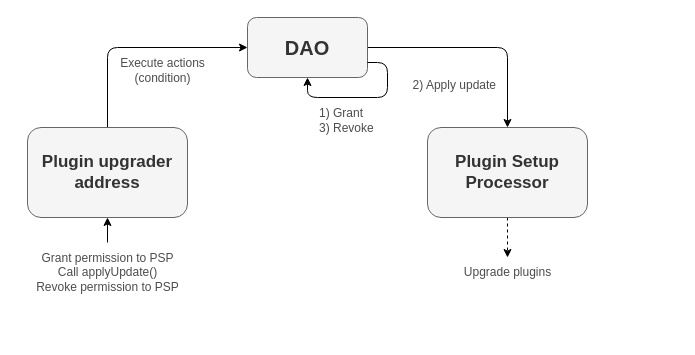
The draw.io diagram page "Upgrader 1" (5 of 5) of img/Geo Diagrams.drawio in aragon/geo-browser-contracts, before the edit. Source tidied: cells renumbered, new cells numbered last; positions are measured from the earlier drawing's top-left corner, leaving out a move shared by most shapes. Both pictures are drawn from the tidied source at 100%, with x=0, y=0 at pixel (22, 17).
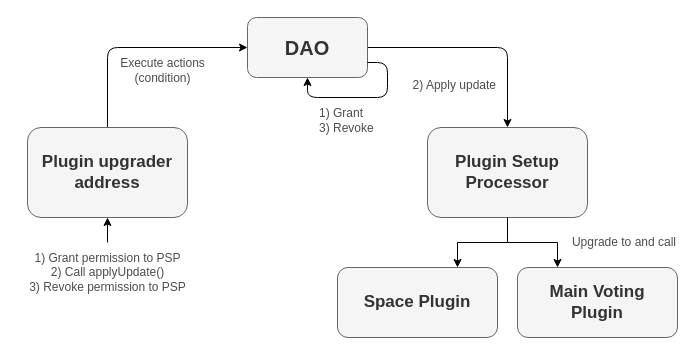
Above is the later version.

What changed in the source:
```diff
@@
 <mxGraphModel background="#ffffff">
   <root>
     <mxCell id="0" />
     <mxCell id="1" parent="0" />
     <mxCell id="2" style="edgeStyle=orthogonalEdgeStyle;rounded=1;jettySize=auto;html=1;exitX=1;exitY=0.5;exitDx=0;exitDy=0;entryX=0.5;entryY=0;entryDx=0;entryDy=0;" parent="1" edge="1" source="3" target="7">
       <mxGeometry relative="1" as="geometry" />
     </mxCell>
     <mxCell id="3" value="&lt;font style=&quot;font-size: 20px;&quot;&gt;&lt;b&gt;DAO&lt;/b&gt;&lt;/font&gt;" style="rounded=1;whiteSpace=wrap;html=1;fillColor=#f5f5f5;fontColor=#333333;strokeColor=#666666;" parent="1" vertex="1">
       <mxGeometry x="225" width="120" height="60" as="geometry" />
     </mxCell>
     <mxCell id="4" style="edgeStyle=orthogonalEdgeStyle;rounded=1;jettySize=auto;html=1;exitX=0.5;exitY=0;exitDx=0;exitDy=0;entryX=0;entryY=0.5;entryDx=0;entryDy=0;" parent="1" edge="1" source="5" target="3">
       <mxGeometry relative="1" as="geometry" />
     </mxCell>
     <mxCell id="5" value="&lt;font size=&quot;1&quot; style=&quot;&quot;&gt;&lt;b style=&quot;font-size: 17px;&quot;&gt;Plugin upgrader&lt;br&gt;address&lt;br&gt;&lt;/b&gt;&lt;/font&gt;" style="rounded=1;whiteSpace=wrap;html=1;fillColor=#f5f5f5;fontColor=#333333;strokeColor=#666666;" parent="1" vertex="1">
       <mxGeometry x="5" y="110" width="160" height="90" as="geometry" />
     </mxCell>
-    <mxCell id="6" style="edgeStyle=orthogonalEdgeStyle;rounded=0;jettySize=auto;html=1;exitX=0.5;exitY=1;exitDx=0;exitDy=0;dashed=1;" parent="1" edge="1" source="7" target="14">
-      <mxGeometry relative="1" as="geometry" />
-    </mxCell>
+    <mxCell id="15" style="edgeStyle=orthogonalEdgeStyle;rounded=0;jettySize=auto;html=1;exitX=0.5;exitY=1;exitDx=0;exitDy=0;entryX=0.75;entryY=0;entryDx=0;entryDy=0;" parent="1" edge="1" source="7" target="16">
+      <mxGeometry relative="1" as="geometry" />
+    </mxCell>
     <mxCell id="7" value="&lt;font size=&quot;1&quot; style=&quot;&quot;&gt;&lt;b style=&quot;font-size: 17px;&quot;&gt;Plugin Setup&lt;br&gt;Processor&lt;br&gt;&lt;/b&gt;&lt;/font&gt;" style="rounded=1;whiteSpace=wrap;html=1;fillColor=#f5f5f5;fontColor=#333333;strokeColor=#666666;" parent="1" vertex="1">
       <mxGeometry x="405" y="110" width="160" height="90" as="geometry" />
     </mxCell>
     <mxCell id="8" style="edgeStyle=orthogonalEdgeStyle;rounded=1;jettySize=auto;html=1;entryX=0.5;entryY=1;entryDx=0;entryDy=0;" parent="1" edge="1" source="9" target="5">
       <mxGeometry relative="1" as="geometry" />
     </mxCell>
-    <mxCell id="9" value="Grant permission to PSP&lt;br&gt;Call applyUpdate()&lt;br&gt;Revoke permission to PSP" style="text;html=1;align=center;verticalAlign=middle;points=[];strokeColor=none;fillColor=none;fontColor=#4d4d4d;" parent="1" vertex="1">
-      <mxGeometry y="225" width="170" height="60" as="geometry" />
+    <mxCell id="9" value="1) Grant permission to PSP&lt;br&gt;2) Call applyUpdate()&lt;br&gt;3) Revoke permission to PSP" style="text;html=1;align=center;verticalAlign=middle;points=[];strokeColor=none;fillColor=none;fontColor=#4d4d4d;" parent="1" vertex="1">
+      <mxGeometry x="-5" y="225" width="180" height="60" as="geometry" />
     </mxCell>
     <mxCell id="10" value="Execute actions&lt;br&gt;(condition)" style="text;html=1;align=center;verticalAlign=middle;strokeColor=none;fillColor=none;fontColor=#4d4d4d;" parent="1" vertex="1">
       <mxGeometry x="85" y="33" width="110" height="40" as="geometry" />
     </mxCell>
     <mxCell id="11" value="2) Apply update" style="text;html=1;align=right;verticalAlign=middle;strokeColor=none;fillColor=none;fontColor=#4d4d4d;" parent="1" vertex="1">
       <mxGeometry x="365" y="53" width="110" height="30" as="geometry" />
     </mxCell>
     <mxCell id="12" style="edgeStyle=orthogonalEdgeStyle;rounded=1;orthogonalLoop=1;jettySize=auto;html=1;exitX=1;exitY=0.75;exitDx=0;exitDy=0;entryX=0.5;entryY=1;entryDx=0;entryDy=0;curved=0;" parent="1" edge="1" source="3" target="3">
       <mxGeometry relative="1" as="geometry" />
     </mxCell>
     <mxCell id="13" value="1) Grant&lt;br&gt;&lt;div style=&quot;&quot;&gt;&lt;span style=&quot;background-color: initial;&quot;&gt;3) Revoke&lt;/span&gt;&lt;/div&gt;" style="text;html=1;align=left;verticalAlign=middle;strokeColor=none;fillColor=none;fontColor=#4d4d4d;" parent="1" vertex="1">
       <mxGeometry x="295" y="83" width="80" height="40" as="geometry" />
     </mxCell>
-    <mxCell id="14" value="Upgrade plugins" style="text;html=1;align=center;verticalAlign=middle;points=[];strokeColor=none;fillColor=none;fontColor=#4d4d4d;" parent="1" vertex="1">
-      <mxGeometry x="430" y="240" width="110" height="30" as="geometry" />
-    </mxCell>
+    <mxCell id="16" value="&lt;font size=&quot;1&quot; style=&quot;&quot;&gt;&lt;b style=&quot;font-size: 17px;&quot;&gt;Space Plugin&lt;br&gt;&lt;/b&gt;&lt;/font&gt;" style="rounded=1;whiteSpace=wrap;html=1;fillColor=#f5f5f5;fontColor=#333333;strokeColor=#666666;" parent="1" vertex="1">
+      <mxGeometry x="315" y="250" width="160" height="70" as="geometry" />
+    </mxCell>
+    <mxCell id="17" style="edgeStyle=orthogonalEdgeStyle;rounded=0;jettySize=auto;html=1;exitX=0.25;exitY=0;exitDx=0;exitDy=0;entryX=0.5;entryY=1;entryDx=0;entryDy=0;endArrow=none;endFill=0;startArrow=classic;startFill=1;" parent="1" edge="1" source="18" target="7">
+      <mxGeometry relative="1" as="geometry" />
+    </mxCell>
+    <mxCell id="18" value="&lt;font size=&quot;1&quot; style=&quot;&quot;&gt;&lt;b style=&quot;font-size: 17px;&quot;&gt;Main Voting &lt;br&gt;Plugin&lt;br&gt;&lt;/b&gt;&lt;/font&gt;" style="rounded=1;whiteSpace=wrap;html=1;fillColor=#f5f5f5;fontColor=#333333;strokeColor=#666666;" parent="1" vertex="1">
+      <mxGeometry x="495" y="250" width="160" height="70" as="geometry" />
+    </mxCell>
+    <mxCell id="19" value="Upgrade to and call" style="text;html=1;align=right;verticalAlign=middle;strokeColor=none;fillColor=none;fontColor=#4d4d4d;" parent="1" vertex="1">
+      <mxGeometry x="525" y="210" width="130" height="30" as="geometry" />
+    </mxCell>
   </root>
 </mxGraphModel>
```
